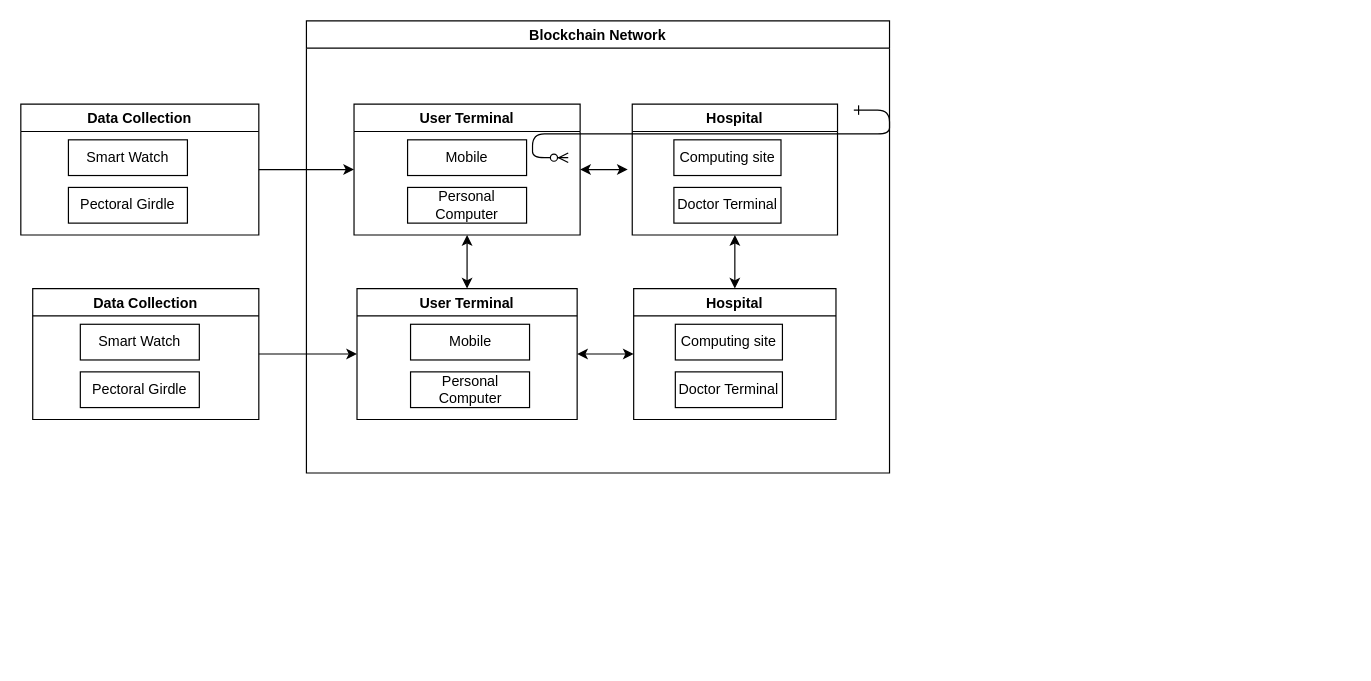
This is SystemArchitecture.drawio from unnc-fose-20126522/Health-Status-Monitoring-System-based-on-Hyperledger-Fabric-and-ModeChain, a draw.io file, before an edit. Source tidied: cells renumbered, new cells numbered last; positions are measured from the earlier drawing's top-left corner, leaving out a move shared by most shapes. Both pictures are drawn from the tidied source at 119%, with x=0, y=0 at pixel (20, 20).
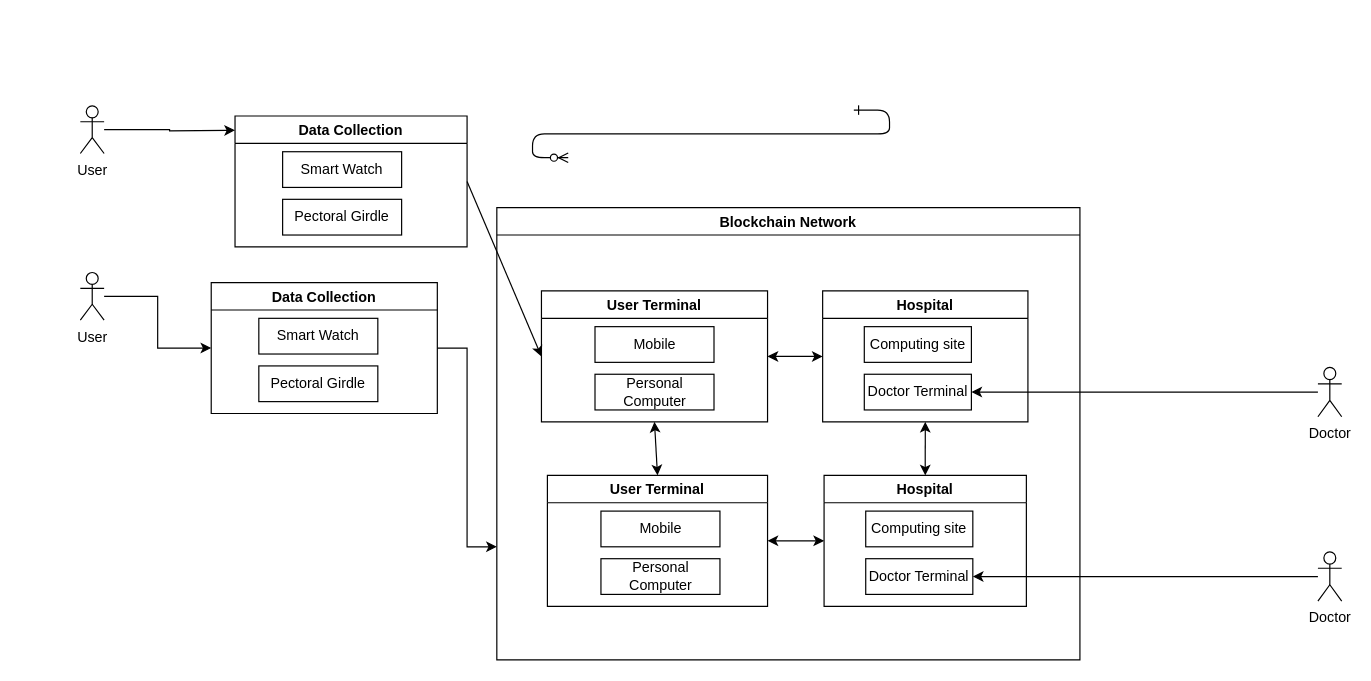
The same diagram, later.

Unchanged cells that the change refers to:
```xml
<mxCell id="11" value="Hospital" style="swimlane;" parent="10" vertex="1">
  <mxGeometry x="273.8" y="70" width="172.5" height="110" as="geometry" />
</mxCell>
<mxCell id="13" value="Doctor Terminal" style="rounded=0;whiteSpace=wrap;html=1;" parent="11" vertex="1">
  <mxGeometry x="35" y="70" width="90" height="30" as="geometry" />
</mxCell>
<mxCell id="16" value="Doctor Terminal" style="rounded=0;whiteSpace=wrap;html=1;" parent="14" vertex="1">
  <mxGeometry x="35" y="70" width="90" height="30" as="geometry" />
</mxCell>
<mxCell id="19" value="User Terminal" style="swimlane;" parent="10" vertex="1">
  <mxGeometry x="42.5" y="225" width="185" height="110" as="geometry" />
</mxCell>
```

The edit, as a diff of the source:
```diff
@@
     <mxCell id="3" value="Data Collection" style="swimlane;" parent="1" vertex="1">
-      <mxGeometry y="70" width="200" height="110" as="geometry" />
+      <mxGeometry x="180" y="80" width="195" height="110" as="geometry" />
     </mxCell>
@@
-    <mxCell id="6" value="User Terminal" style="swimlane;" parent="1" vertex="1">
-      <mxGeometry x="280" y="70" width="190" height="110" as="geometry" />
-    </mxCell>
-    <mxCell id="7" value="Mobile" style="rounded=0;whiteSpace=wrap;html=1;" parent="6" vertex="1">
-      <mxGeometry x="45" y="30" width="100" height="30" as="geometry" />
-    </mxCell>
-    <mxCell id="8" value="Personal Computer" style="rounded=0;whiteSpace=wrap;html=1;" parent="6" vertex="1">
-      <mxGeometry x="45" y="70" width="100" height="30" as="geometry" />
-    </mxCell>
@@
     <mxCell id="10" value="Blockchain Network" style="swimlane;" parent="1" vertex="1">
-      <mxGeometry x="240" width="490" height="380" as="geometry" />
+      <mxGeometry x="400" y="157" width="490" height="380" as="geometry" />
     </mxCell>
@@
+    <mxCell id="6" value="User Terminal" style="swimlane;" parent="10" vertex="1">
+      <mxGeometry x="37.5" y="70" width="190" height="110" as="geometry" />
+    </mxCell>
+    <mxCell id="7" value="Mobile" style="rounded=0;whiteSpace=wrap;html=1;" parent="6" vertex="1">
+      <mxGeometry x="45" y="30" width="100" height="30" as="geometry" />
+    </mxCell>
+    <mxCell id="8" value="Personal Computer" style="rounded=0;whiteSpace=wrap;html=1;" parent="6" vertex="1">
+      <mxGeometry x="45" y="70" width="100" height="30" as="geometry" />
+    </mxCell>
+    <mxCell id="23" style="endArrow=classic;startArrow=classic;html=1;rounded=0;entryX=0.5;entryY=0;entryDx=0;entryDy=0;exitX=0.5;exitY=1;exitDx=0;exitDy=0;" parent="10" edge="1" source="6" target="19">
+      <mxGeometry relative="1" as="geometry" />
+    </mxCell>
-    <mxCell id="22" style="endArrow=classic;startArrow=classic;html=1;rounded=0;entryX=1;entryY=0.5;entryDx=0;entryDy=0;" parent="1" edge="1" target="6">
-      <mxGeometry relative="1" as="geometry">
-        <mxPoint x="510" y="125" as="sourcePoint" />
-      </mxGeometry>
+    <mxCell id="22" style="endArrow=classic;startArrow=classic;html=1;rounded=0;entryX=1;entryY=0.5;entryDx=0;entryDy=0;exitX=0;exitY=0.5;exitDx=0;exitDy=0;" parent="10" edge="1" source="11" target="6">
+      <mxGeometry relative="1" as="geometry" />
     </mxCell>
-    <mxCell id="23" style="endArrow=classic;startArrow=classic;html=1;rounded=0;entryX=0.5;entryY=0;entryDx=0;entryDy=0;exitX=0.5;exitY=1;exitDx=0;exitDy=0;" parent="1" edge="1" source="6" target="19">
-      <mxGeometry relative="1" as="geometry" />
-    </mxCell>
-    <mxCell id="24" style="edgeStyle=orthogonalEdgeStyle;rounded=0;jettySize=auto;html=1;entryX=0;entryY=0.5;entryDx=0;entryDy=0;" parent="1" edge="1" source="25" target="19">
-      <mxGeometry relative="1" as="geometry" />
-    </mxCell>
+    <mxCell id="28" style="edgeStyle=orthogonalEdgeStyle;rounded=0;jettySize=auto;html=1;entryX=0;entryY=0.75;entryDx=0;entryDy=0;" parent="1" edge="1" source="25" target="10">
+      <mxGeometry relative="1" as="geometry" />
+    </mxCell>
     <mxCell id="25" value="Data Collection" style="swimlane;" parent="1" vertex="1">
-      <mxGeometry x="10" y="225" width="190" height="110" as="geometry" />
+      <mxGeometry x="160" y="220" width="190" height="110" as="geometry" />
     </mxCell>
@@
+    <mxCell id="29" style="edgeStyle=orthogonalEdgeStyle;rounded=0;jettySize=auto;html=1;" parent="1" edge="1" source="30">
+      <mxGeometry relative="1" as="geometry">
+        <mxPoint x="180" y="92" as="targetPoint" />
+      </mxGeometry>
+    </mxCell>
+    <mxCell id="30" value="User" style="shape=umlActor;verticalLabelPosition=bottom;verticalAlign=top;html=1;outlineConnect=0;" parent="1" vertex="1">
+      <mxGeometry x="50" y="71.5" width="20" height="40" as="geometry" />
+    </mxCell>
+    <mxCell id="31" style="edgeStyle=orthogonalEdgeStyle;rounded=0;jettySize=auto;html=1;entryX=0;entryY=0.5;entryDx=0;entryDy=0;" parent="1" edge="1" source="32" target="25">
+      <mxGeometry relative="1" as="geometry" />
+    </mxCell>
+    <mxCell id="32" value="User" style="shape=umlActor;verticalLabelPosition=bottom;verticalAlign=top;html=1;outlineConnect=0;" parent="1" vertex="1">
+      <mxGeometry x="50" y="211.5" width="20" height="40" as="geometry" />
+    </mxCell>
+    <mxCell id="33" style="edgeStyle=orthogonalEdgeStyle;rounded=0;jettySize=auto;html=1;entryX=1;entryY=0.5;entryDx=0;entryDy=0;" parent="1" edge="1" source="34" target="13">
+      <mxGeometry relative="1" as="geometry" />
+    </mxCell>
+    <mxCell id="34" value="Doctor" style="shape=umlActor;verticalLabelPosition=bottom;verticalAlign=top;html=1;outlineConnect=0;" parent="1" vertex="1">
+      <mxGeometry x="1090" y="291.2" width="20" height="41.5" as="geometry" />
+    </mxCell>
+    <mxCell id="35" style="edgeStyle=orthogonalEdgeStyle;rounded=0;jettySize=auto;html=1;entryX=1;entryY=0.5;entryDx=0;entryDy=0;" parent="1" edge="1" source="36" target="16">
+      <mxGeometry relative="1" as="geometry" />
+    </mxCell>
+    <mxCell id="36" value="Doctor" style="shape=umlActor;verticalLabelPosition=bottom;verticalAlign=top;html=1;outlineConnect=0;" parent="1" vertex="1">
+      <mxGeometry x="1090" y="446.2" width="20" height="41.5" as="geometry" />
+    </mxCell>
```
